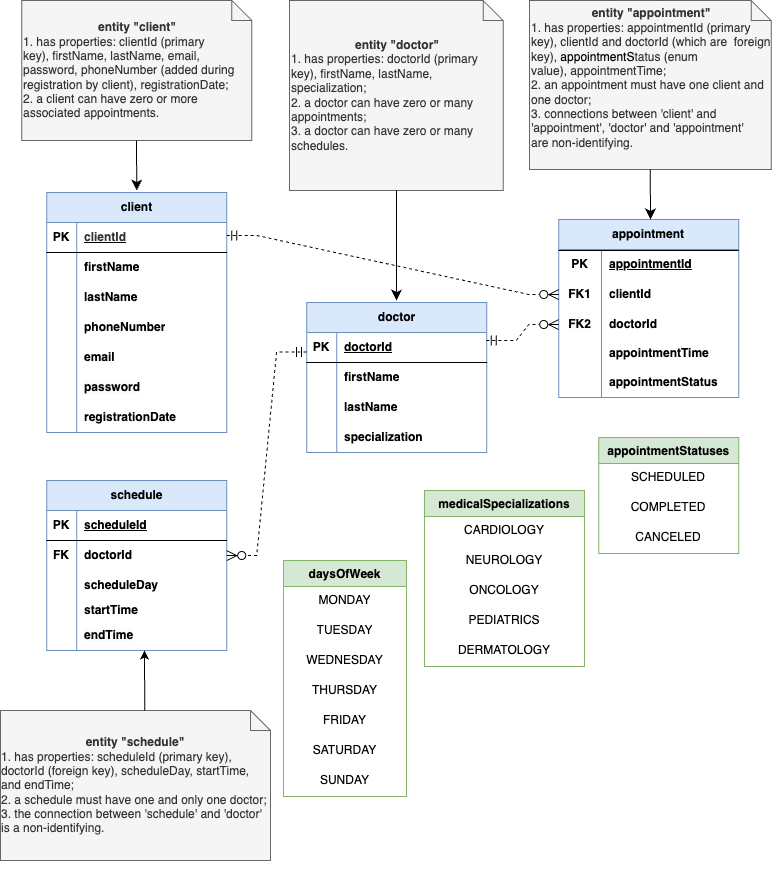
Earlier version of the draw.io export Hospital Appointment Scheduler.drawio.png (MartaKliuchnik/hospital-appointment-scheduler). Source tidied: cells renumbered, new cells last; positions are measured from the earlier drawing's top-left corner, leaving out a move shared by most shapes.
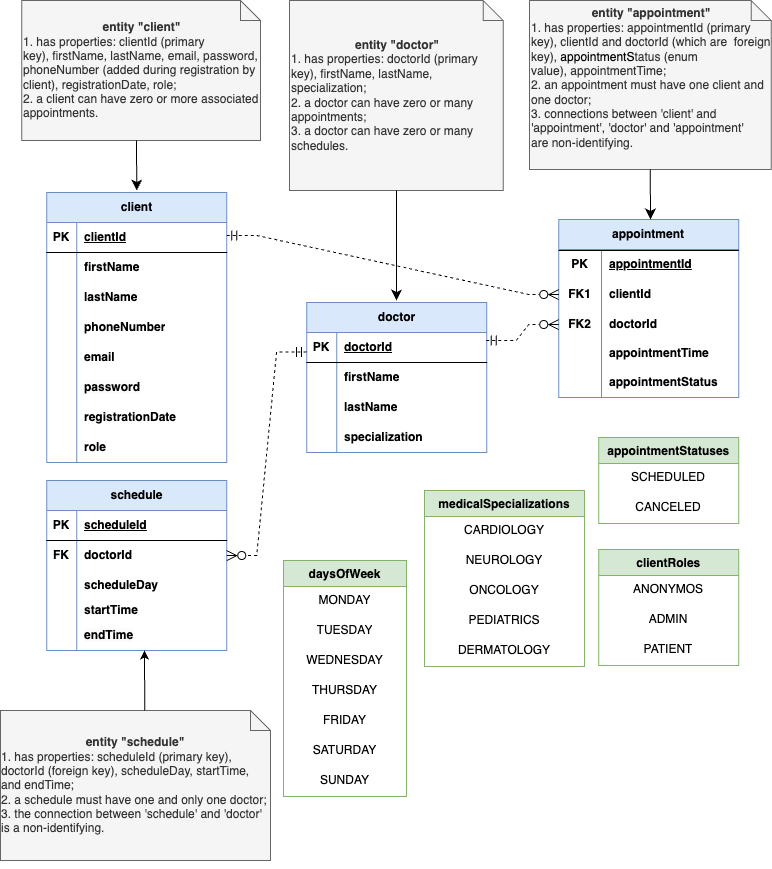
After the commit.

What changed in the source:
```diff
@@ -3,7 +3,7 @@
     <mxCell id="0" />
     <mxCell id="1" parent="0" />
     <mxCell id="2" value="client" style="shape=table;startSize=30;rowLines=0;fontStyle=1;align=center;html=1;fillColor=#dae8fc;strokeColor=#6c8ebf;" parent="1" vertex="1">
-      <mxGeometry x="46.2" y="192" width="180" height="240" as="geometry" />
+      <mxGeometry x="46.2" y="192" width="180" height="270" as="geometry" />
     </mxCell>
     <mxCell id="3" style="shape=tableRow;horizontal=0;startSize=0;swimlaneHead=0;swimlaneBody=0;fillColor=none;top=0;left=0;right=0;bottom=1;" parent="2" vertex="1">
       <mxGeometry y="30" width="180" height="30" as="geometry" />
@@ -11,7 +11,7 @@
     <mxCell id="4" value="PK" style="shape=partialRectangle;fillColor=none;top=0;left=0;bottom=0;right=0;fontStyle=1;overflow=hidden;whiteSpace=wrap;html=1;" parent="3" vertex="1">
       <mxGeometry width="30" height="30" as="geometry" />
     </mxCell>
-    <mxCell id="5" value="&lt;span style=&quot;color: rgb(51, 51, 51);&quot;&gt;clientId&lt;/span&gt;" style="shape=partialRectangle;fillColor=none;top=0;left=0;bottom=0;right=0;align=left;spacingLeft=6;fontStyle=5;overflow=hidden;whiteSpace=wrap;html=1;" parent="3" vertex="1">
+    <mxCell id="5" value="clientId" style="shape=partialRectangle;fillColor=none;top=0;left=0;bottom=0;right=0;align=left;spacingLeft=6;fontStyle=5;overflow=hidden;whiteSpace=wrap;html=1;" parent="3" vertex="1">
       <mxGeometry x="30" width="150" height="30" as="geometry" />
     </mxCell>
     <mxCell id="6" style="shape=tableRow;horizontal=0;startSize=0;swimlaneHead=0;swimlaneBody=0;fillColor=none;top=0;left=0;right=0;bottom=0;" parent="2" vertex="1">
@@ -68,6 +68,15 @@
     <mxCell id="23" value="registrationDate" style="shape=partialRectangle;fillColor=none;top=0;left=0;bottom=0;right=0;align=left;spacingLeft=6;overflow=hidden;whiteSpace=wrap;html=1;fontStyle=1;" parent="21" vertex="1">
       <mxGeometry x="30" width="150" height="30" as="geometry" />
     </mxCell>
+    <mxCell id="100" style="shape=tableRow;horizontal=0;startSize=0;swimlaneHead=0;swimlaneBody=0;fillColor=none;top=0;left=0;right=0;bottom=0;" parent="2" vertex="1">
+      <mxGeometry y="240" width="180" height="30" as="geometry" />
+    </mxCell>
+    <mxCell id="101" style="shape=partialRectangle;fillColor=none;top=0;left=0;bottom=0;right=0;overflow=hidden;whiteSpace=wrap;html=1;" parent="100" vertex="1">
+      <mxGeometry width="30" height="30" as="geometry" />
+    </mxCell>
+    <mxCell id="102" value="role" style="shape=partialRectangle;fillColor=none;top=0;left=0;bottom=0;right=0;align=left;spacingLeft=6;overflow=hidden;whiteSpace=wrap;html=1;fontStyle=1;" parent="100" vertex="1">
+      <mxGeometry x="30" width="150" height="30" as="geometry" />
+    </mxCell>
     <mxCell id="24" value="&lt;b style=&quot;&quot;&gt;appointment&lt;/b&gt;" style="shape=table;startSize=30;rowLines=0;fontStyle=0;align=center;html=1;whiteSpace=wrap;rounded=0;fillColor=#dae8fc;strokeColor=#6c8ebf;" parent="1" vertex="1">
       <mxGeometry x="558.2" y="219" width="180" height="178" as="geometry" />
     </mxCell>
@@ -169,8 +178,8 @@
         </Array>
       </mxGeometry>
     </mxCell>
-    <mxCell id="55" value="&lt;div style=&quot;text-align: center;&quot;&gt;&lt;b&gt;entity &quot;&lt;/b&gt;&lt;span style=&quot;font-weight: 700; text-wrap: nowrap;&quot;&gt;client&lt;/span&gt;&lt;b&gt;&quot;&lt;/b&gt;&lt;span style=&quot;background-color: initial;&quot;&gt;&lt;br&gt;&lt;/span&gt;&lt;/div&gt;&lt;div style=&quot;&quot;&gt;&lt;span style=&quot;background-color: initial;&quot;&gt;1. has properties:&amp;nbsp;&lt;/span&gt;&lt;span style=&quot;background-color: initial;&quot;&gt;clientId&lt;/span&gt;&lt;span style=&quot;background-color: initial;&quot;&gt;&amp;nbsp;(primary key&lt;/span&gt;&lt;span style=&quot;background-color: initial;&quot;&gt;),&amp;nbsp;&lt;/span&gt;&lt;span style=&quot;background-color: initial;&quot;&gt;firstName&lt;/span&gt;&lt;span style=&quot;background-color: initial;&quot;&gt;, lastName, email, password, phoneNumber (added during registration by client),&amp;nbsp;&lt;/span&gt;&lt;span style=&quot;background-color: initial;&quot;&gt;registrationDate;&amp;nbsp;&lt;/span&gt;&lt;/div&gt;&lt;div style=&quot;&quot;&gt;&lt;span style=&quot;background-color: initial;&quot;&gt;2. a client&amp;nbsp;&lt;/span&gt;&lt;span style=&quot;background-color: initial;&quot;&gt;can have zero or more associated appointments.&lt;/span&gt;&lt;/div&gt;" style="shape=note;size=20;whiteSpace=wrap;html=1;align=left;fillColor=#f5f5f5;fontColor=#333333;strokeColor=#666666;" parent="1" vertex="1">
-      <mxGeometry x="21.2" width="230" height="140" as="geometry" />
+    <mxCell id="55" value="&lt;div style=&quot;text-align: center;&quot;&gt;&lt;b&gt;entity &quot;&lt;/b&gt;&lt;span style=&quot;font-weight: 700; text-wrap: nowrap;&quot;&gt;client&lt;/span&gt;&lt;b&gt;&quot;&lt;/b&gt;&lt;span style=&quot;background-color: initial;&quot;&gt;&lt;br&gt;&lt;/span&gt;&lt;/div&gt;&lt;div style=&quot;&quot;&gt;&lt;span style=&quot;background-color: initial;&quot;&gt;1. has properties:&amp;nbsp;&lt;/span&gt;&lt;span style=&quot;background-color: initial;&quot;&gt;clientId&lt;/span&gt;&lt;span style=&quot;background-color: initial;&quot;&gt;&amp;nbsp;(primary key&lt;/span&gt;&lt;span style=&quot;background-color: initial;&quot;&gt;),&amp;nbsp;&lt;/span&gt;&lt;span style=&quot;background-color: initial;&quot;&gt;firstName&lt;/span&gt;&lt;span style=&quot;background-color: initial;&quot;&gt;, lastName, email, password, phoneNumber (added during registration by client),&amp;nbsp;&lt;/span&gt;&lt;span style=&quot;background-color: initial;&quot;&gt;registrationDate, role;&amp;nbsp;&lt;/span&gt;&lt;/div&gt;&lt;div style=&quot;&quot;&gt;&lt;span style=&quot;background-color: initial;&quot;&gt;2. a client&amp;nbsp;&lt;/span&gt;&lt;span style=&quot;background-color: initial;&quot;&gt;can have zero or more associated appointments.&lt;/span&gt;&lt;/div&gt;" style="shape=note;size=20;whiteSpace=wrap;html=1;align=left;fillColor=#f5f5f5;fontColor=#333333;strokeColor=#666666;" parent="1" vertex="1">
+      <mxGeometry x="21.2" width="238.8" height="140" as="geometry" />
     </mxCell>
     <mxCell id="56" value="&lt;div style=&quot;text-align: center;&quot;&gt;&lt;b&gt;entity &quot;doctor&quot;&lt;/b&gt;&lt;span style=&quot;background-color: initial;&quot;&gt;&lt;br&gt;&lt;/span&gt;&lt;/div&gt;&lt;div style=&quot;&quot;&gt;&lt;span style=&quot;background-color: initial;&quot;&gt;1. has properties: doctorId&amp;nbsp;&lt;/span&gt;&lt;span style=&quot;background-color: initial;&quot;&gt;(primary key&lt;/span&gt;&lt;span style=&quot;background-color: initial;&quot;&gt;),&lt;/span&gt;&lt;span style=&quot;background-color: initial;&quot;&gt;&amp;nbsp;firstName, last&lt;/span&gt;&lt;span style=&quot;background-color: initial;&quot;&gt;Name,&amp;nbsp;&amp;nbsp;&lt;/span&gt;&lt;/div&gt;&lt;div style=&quot;&quot;&gt;&lt;span style=&quot;background-color: initial;&quot;&gt;specialization&lt;/span&gt;&lt;span style=&quot;background-color: initial;&quot;&gt;;&amp;nbsp;&lt;/span&gt;&lt;/div&gt;&lt;div style=&quot;&quot;&gt;&lt;span style=&quot;background-color: initial;&quot;&gt;2. a doctor can have zero or many appointments;&lt;/span&gt;&lt;/div&gt;&lt;div style=&quot;&quot;&gt;&lt;span style=&quot;background-color: initial;&quot;&gt;3.&amp;nbsp;&lt;/span&gt;&lt;span style=&quot;background-color: initial;&quot;&gt;a&lt;/span&gt;&lt;span style=&quot;background-color: initial;&quot;&gt;&amp;nbsp;doctor can have zero or many schedules.&lt;/span&gt;&lt;/div&gt;" style="shape=note;size=20;whiteSpace=wrap;html=1;align=left;fillColor=#f5f5f5;fontColor=#333333;strokeColor=#666666;" parent="1" vertex="1">
       <mxGeometry x="289" width="213.8" height="190" as="geometry" />
@@ -296,17 +305,14 @@
       <mxGeometry y="206" width="123" height="30" as="geometry" />
     </mxCell>
     <mxCell id="93" value="appointmentStatuses" style="swimlane;fontStyle=1;horizontal=1;startSize=26;align=center;fontSize=12;fillColor=#d5e8d4;strokeColor=#82b366;" parent="1" vertex="1">
-      <mxGeometry x="598.2" y="437" width="140" height="116" as="geometry" />
+      <mxGeometry x="598.2" y="437" width="140" height="86" as="geometry" />
     </mxCell>
     <mxCell id="94" value="SCHEDULED" style="text;strokeColor=none;fillColor=none;spacingLeft=4;spacingRight=4;overflow=hidden;fontSize=12;whiteSpace=wrap;html=1;align=center;" parent="93" vertex="1">
       <mxGeometry y="26" width="140" height="30" as="geometry" />
     </mxCell>
-    <mxCell id="95" value="COMPLETED" style="text;strokeColor=none;fillColor=none;spacingLeft=4;spacingRight=4;overflow=hidden;fontSize=12;whiteSpace=wrap;html=1;align=center;" parent="93" vertex="1">
+    <mxCell id="95" value="CANCELED" style="text;strokeColor=none;fillColor=none;spacingLeft=4;spacingRight=4;overflow=hidden;fontSize=12;whiteSpace=wrap;html=1;align=center;" parent="93" vertex="1">
       <mxGeometry y="56" width="140" height="30" as="geometry" />
     </mxCell>
-    <mxCell id="96" value="CANCELED" style="text;strokeColor=none;fillColor=none;spacingLeft=4;spacingRight=4;overflow=hidden;fontSize=12;whiteSpace=wrap;html=1;align=center;" parent="93" vertex="1">
-      <mxGeometry y="86" width="140" height="30" as="geometry" />
-    </mxCell>
     <mxCell id="97" style="endArrow=none;html=1;rounded=0;" parent="1" edge="1">
       <mxGeometry relative="1" as="geometry">
         <mxPoint x="558" y="250" as="sourcePoint" />
@@ -322,5 +328,17 @@
         <mxPoint x="650" y="219" as="targetPoint" />
       </mxGeometry>
     </mxCell>
+    <mxCell id="103" value="clientRoles" style="swimlane;fontStyle=1;horizontal=1;startSize=26;align=center;fontSize=12;fillColor=#d5e8d4;strokeColor=#82b366;" parent="1" vertex="1">
+      <mxGeometry x="598.2" y="549" width="140" height="116" as="geometry" />
+    </mxCell>
+    <mxCell id="104" value="ANONYMOS" style="text;strokeColor=none;fillColor=none;spacingLeft=4;spacingRight=4;overflow=hidden;fontSize=12;whiteSpace=wrap;html=1;align=center;" parent="103" vertex="1">
+      <mxGeometry y="26" width="140" height="30" as="geometry" />
+    </mxCell>
+    <mxCell id="105" value="ADMIN" style="text;strokeColor=none;fillColor=none;spacingLeft=4;spacingRight=4;overflow=hidden;fontSize=12;whiteSpace=wrap;html=1;align=center;" parent="103" vertex="1">
+      <mxGeometry y="56" width="140" height="30" as="geometry" />
+    </mxCell>
+    <mxCell id="106" value="PATIENT" style="text;strokeColor=none;fillColor=none;spacingLeft=4;spacingRight=4;overflow=hidden;fontSize=12;whiteSpace=wrap;html=1;align=center;" parent="103" vertex="1">
+      <mxGeometry y="86" width="140" height="30" as="geometry" />
+    </mxCell>
   </root>
 </mxGraphModel>
```
